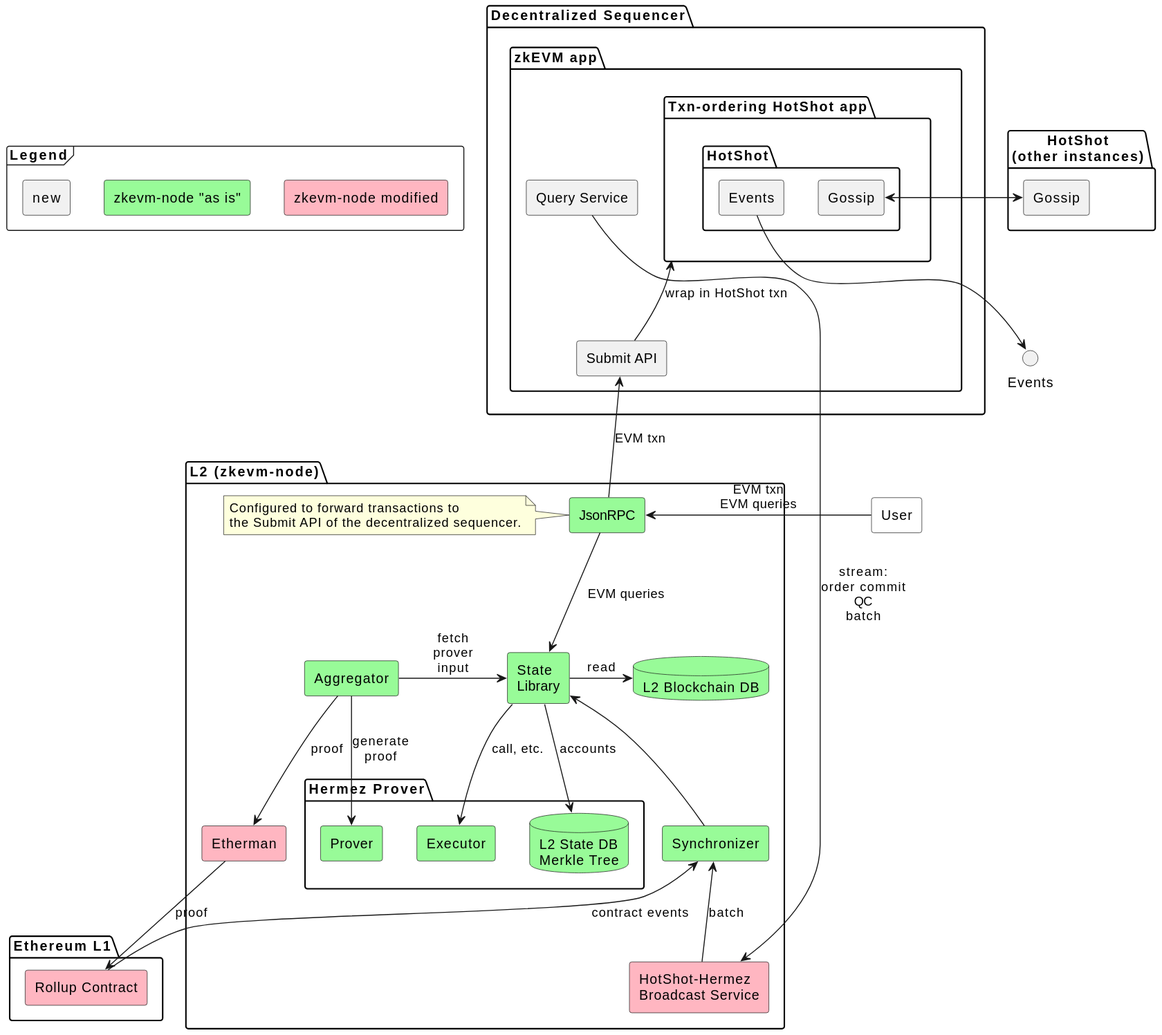
This is doc/architecture.svg from EspressoSystems/espresso-sequencer, a PlantUML export, as it was before one commit.
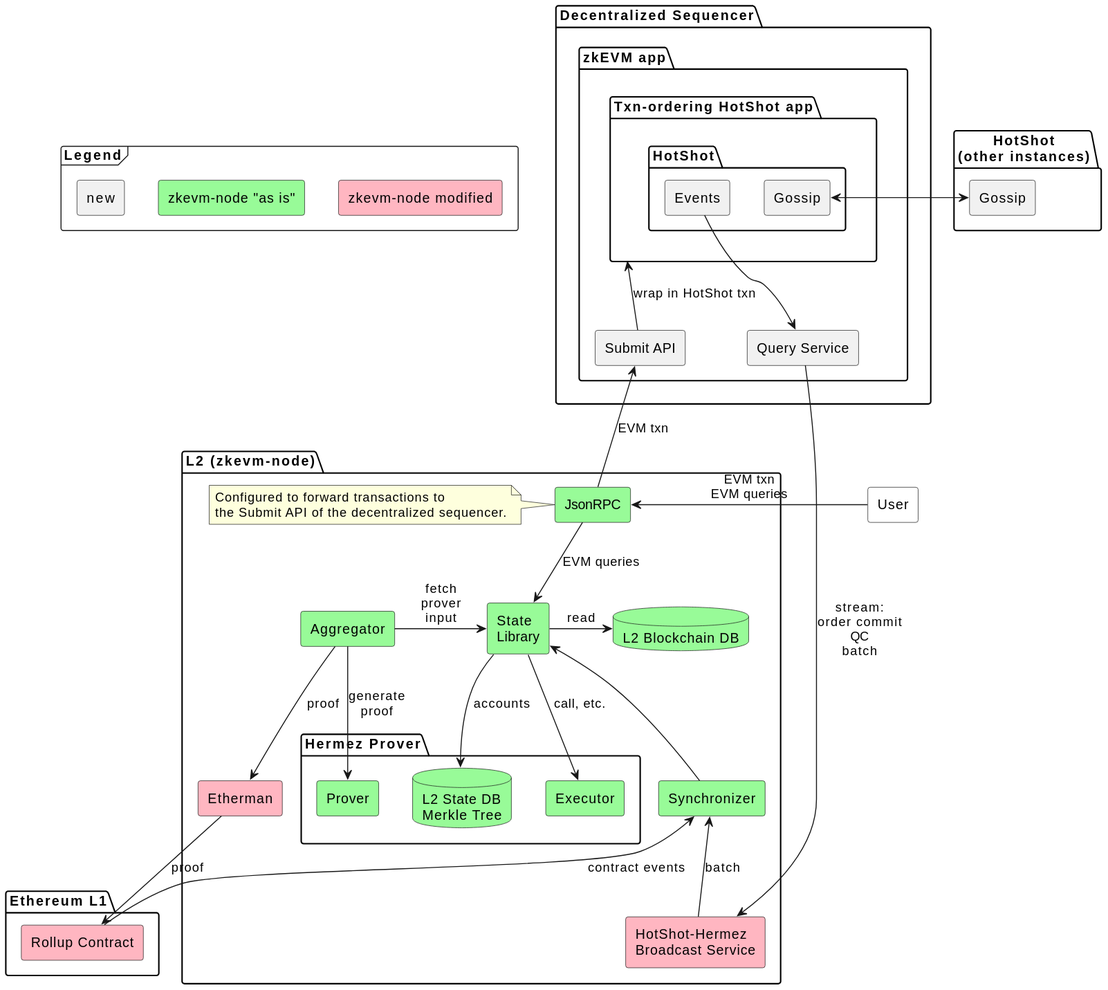
After the change.

Commit message:
Remove leftover "Events" component

Diff of the diagram source:
```diff
@@ -82,5 +82,5 @@
 State <-- Synchronizer
 
 Submit -up-> App: wrap in HotShot txn
-HotShotEvents -down-> Events
+HotShotEvents -down-> QueryService
 @enduml
```
